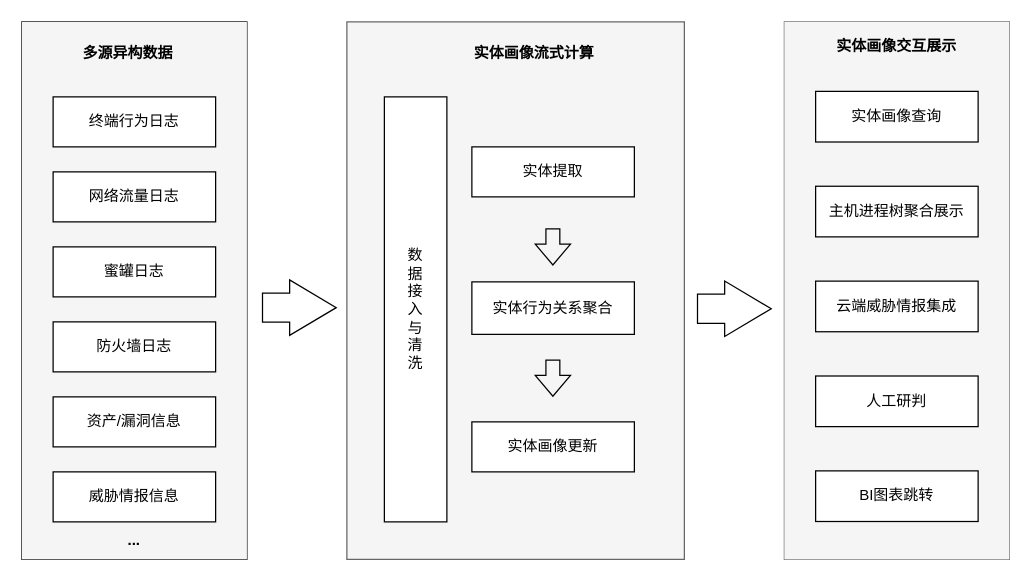
This is 实体画像专利.drawio from popvlovs/popvlovs-repository, a draw.io file, before an edit. Source tidied: cells renumbered, new cells numbered last; positions are measured from the earlier drawing's top-left corner, leaving out a move shared by most shapes. Both pictures are drawn from the tidied source at 125%, with x=0, y=0 at pixel (21, 21).
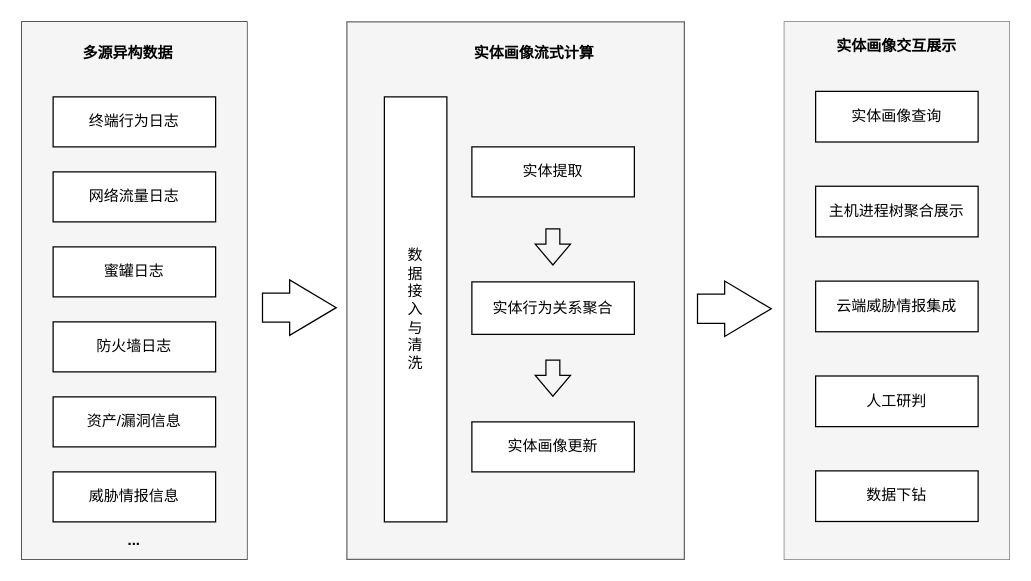
The same diagram, later.

Commit message:
更新实体画像专利.drawio

The change refers to these unchanged cells:
```xml
<mxCell id="12" style="group;strokeColor=#666666;fillColor=#f5f5f5;fontColor=#333333;" parent="1" vertex="1">
  <mxGeometry x="610" width="180" height="430" as="geometry" />
</mxCell>
```

The edit, as a diff of the source:
```diff
@@
-    <mxCell id="19" value="BI图表跳转" style="rounded=0;whiteSpace=wrap;html=1;" parent="12" vertex="1">
+    <mxCell id="19" value="数据下钻" style="rounded=0;whiteSpace=wrap;html=1;" parent="12" vertex="1">
       <mxGeometry x="25" y="359.2" width="130" height="40.5" as="geometry" />
     </mxCell>
```
